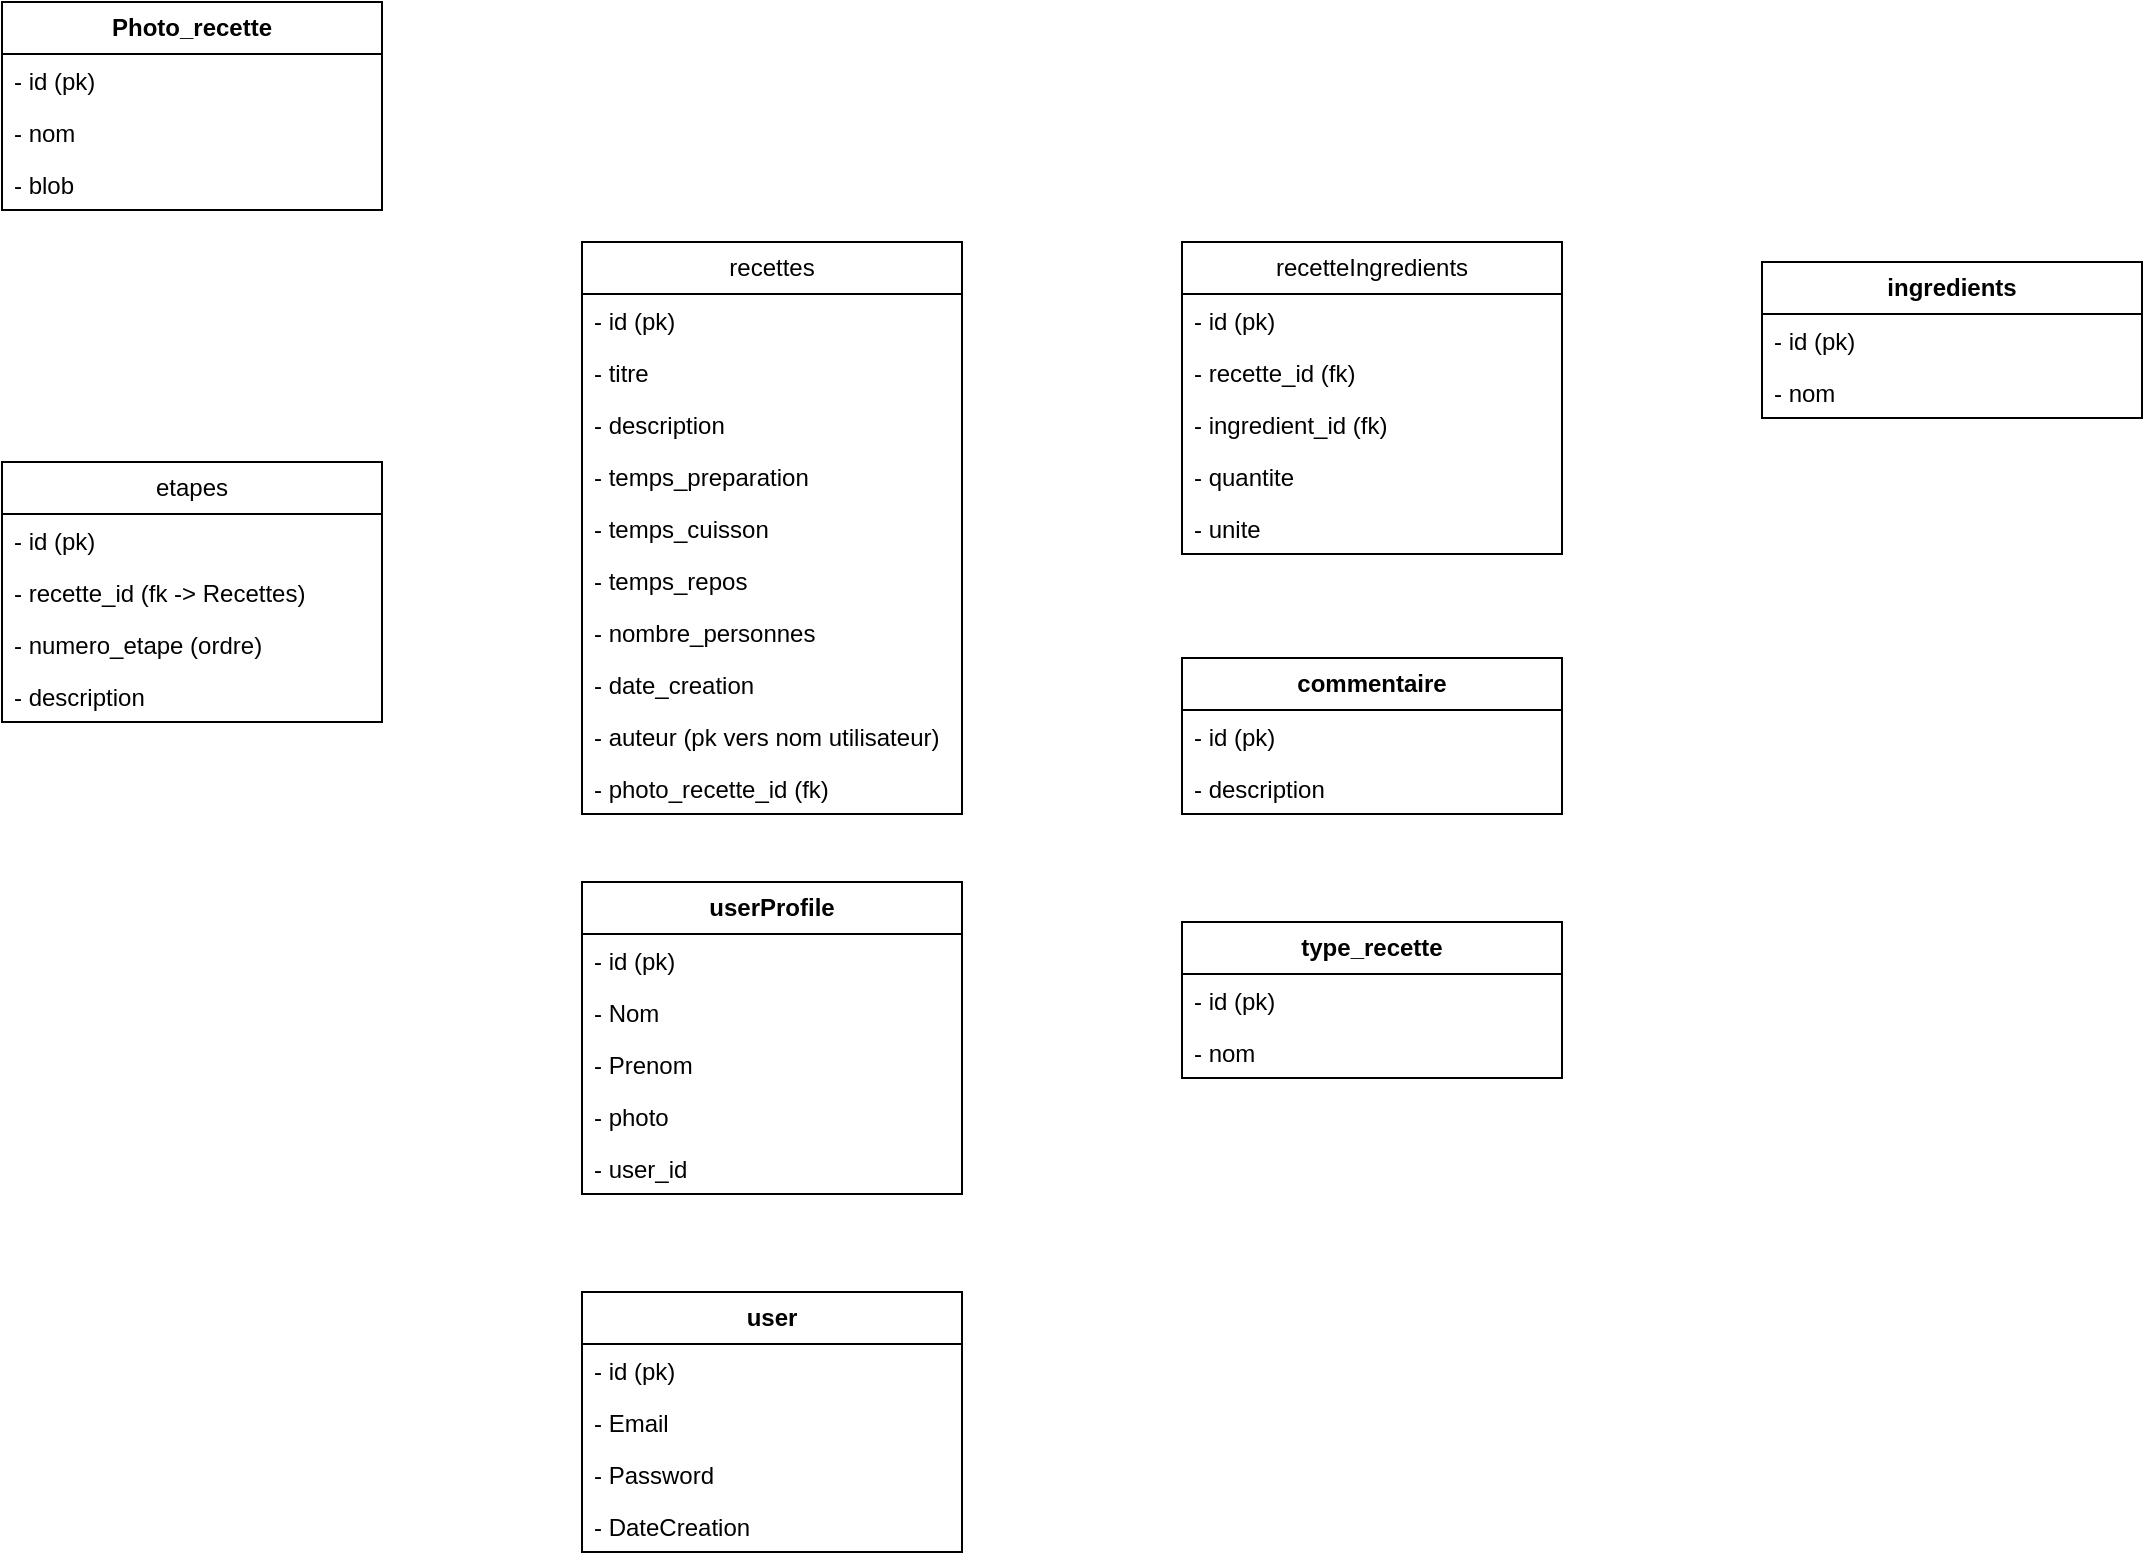
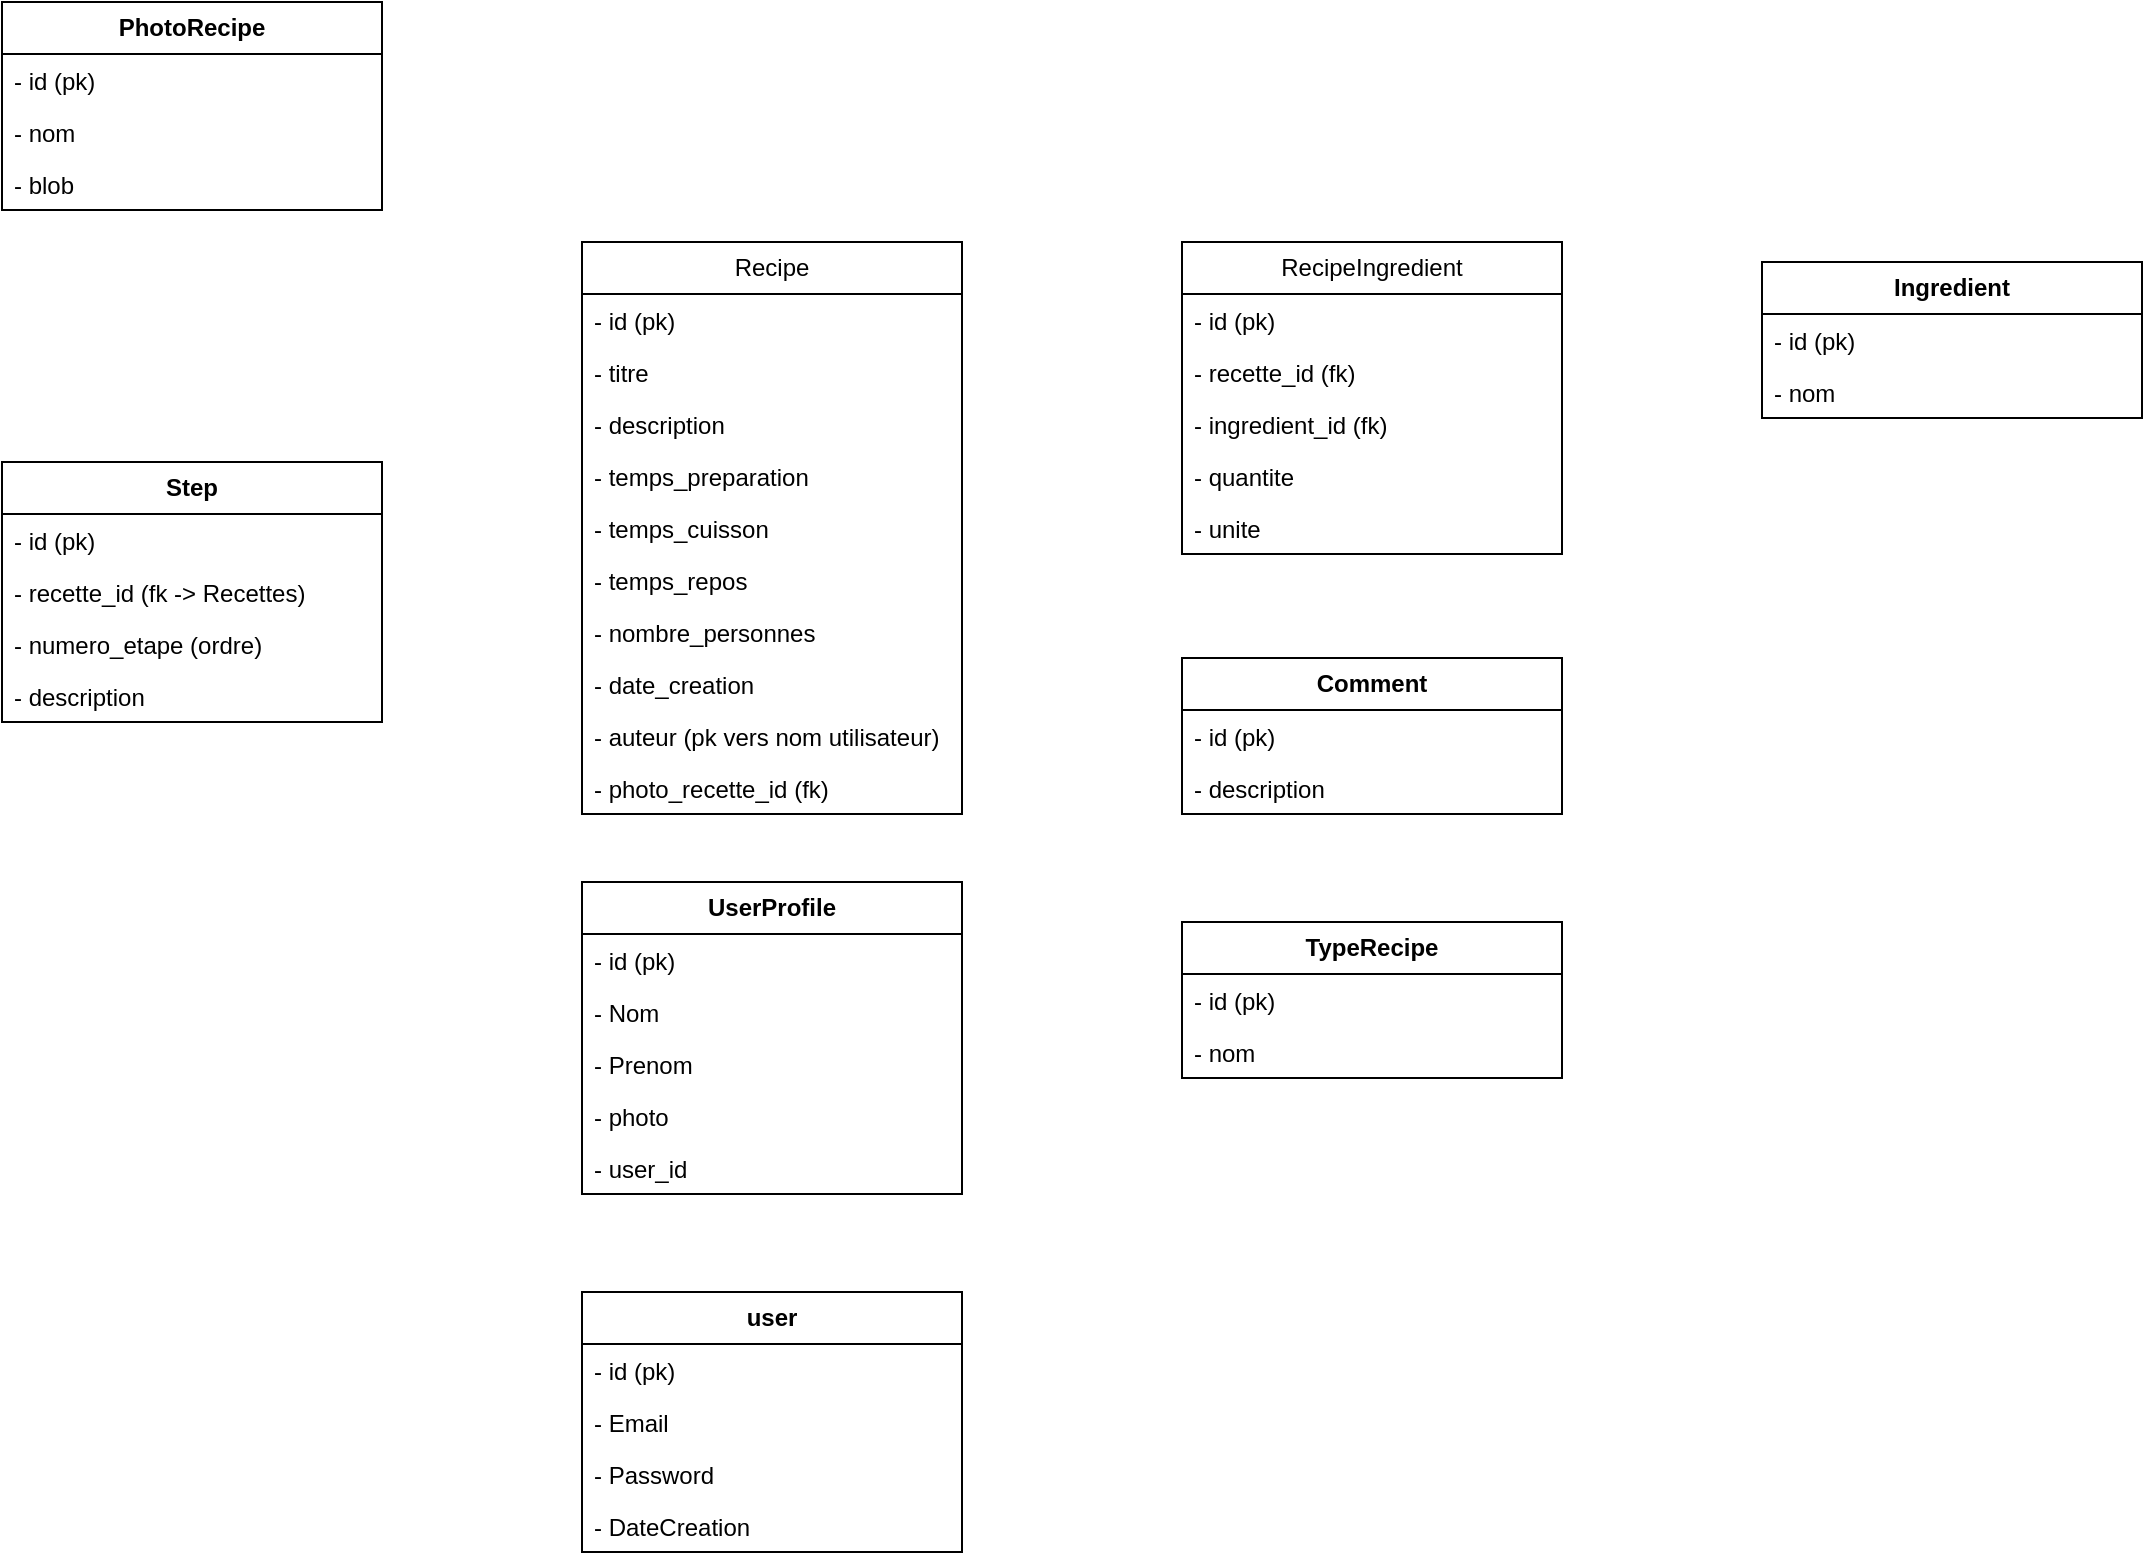
- <mxfile host="Electron" agent="Mozilla/5.0 (Windows NT 10.0; Win64; x64) AppleWebKit/537.36 (KHTML, like Gecko) draw.io/26.2.2 Chrome/134.0.6998.178 Electron/35.1.2 Safari/537.36" version="26.2.2">
+ <mxfile host="Electron" agent="Mozilla/5.0 (Windows NT 10.0; Win64; x64) AppleWebKit/537.36 (KHTML, like Gecko) draw.io/26.2.15 Chrome/134.0.6998.205 Electron/35.2.1 Safari/537.36" version="26.2.15">
  <diagram name="Page-1" id="tWf5woILo7PEq_eZmyyP">
-     <mxGraphModel dx="1862" dy="1792" grid="1" gridSize="10" guides="1" tooltips="1" connect="1" arrows="1" fold="1" page="1" pageScale="1" pageWidth="827" pageHeight="1169" math="0" shadow="0">
+     <mxGraphModel dx="2253" dy="2018" grid="1" gridSize="10" guides="1" tooltips="1" connect="1" arrows="1" fold="1" page="1" pageScale="1" pageWidth="827" pageHeight="1169" math="0" shadow="0">
      <root>
        <mxCell id="0" />
        <mxCell id="1" parent="0" />
-         <mxCell id="Wh7rgL2JKFr7bO0BWY44-1" value="recettes" style="swimlane;fontStyle=0;childLayout=stackLayout;horizontal=1;startSize=26;fillColor=none;horizontalStack=0;resizeParent=1;resizeParentMax=0;resizeLast=0;collapsible=1;marginBottom=0;whiteSpace=wrap;html=1;" parent="1" vertex="1">
-           <mxGeometry x="40" y="60" width="190" height="286" as="geometry" />
+         <mxCell id="Wh7rgL2JKFr7bO0BWY44-1" value="Recipe" style="swimlane;fontStyle=0;childLayout=stackLayout;horizontal=1;startSize=26;fillColor=none;horizontalStack=0;resizeParent=1;resizeParentMax=0;resizeLast=0;collapsible=1;marginBottom=0;whiteSpace=wrap;html=1;" parent="1" vertex="1">
+           <mxGeometry x="-240" y="-30" width="190" height="286" as="geometry" />
        </mxCell>
        <mxCell id="Wh7rgL2JKFr7bO0BWY44-2" value="- id (pk)" style="text;strokeColor=none;fillColor=none;align=left;verticalAlign=top;spacingLeft=4;spacingRight=4;overflow=hidden;rotatable=0;points=[[0,0.5],[1,0.5]];portConstraint=eastwest;whiteSpace=wrap;html=1;" parent="Wh7rgL2JKFr7bO0BWY44-1" vertex="1">
          <mxGeometry y="26" width="190" height="26" as="geometry" />
        </mxCell>
        <mxCell id="Wh7rgL2JKFr7bO0BWY44-3" value="- titre" style="text;strokeColor=none;fillColor=none;align=left;verticalAlign=top;spacingLeft=4;spacingRight=4;overflow=hidden;rotatable=0;points=[[0,0.5],[1,0.5]];portConstraint=eastwest;whiteSpace=wrap;html=1;" parent="Wh7rgL2JKFr7bO0BWY44-1" vertex="1">
          <mxGeometry y="52" width="190" height="26" as="geometry" />
        </mxCell>
        <mxCell id="Wh7rgL2JKFr7bO0BWY44-4" value="- description&lt;div&gt;&lt;br&gt;&lt;/div&gt;" style="text;strokeColor=none;fillColor=none;align=left;verticalAlign=top;spacingLeft=4;spacingRight=4;overflow=hidden;rotatable=0;points=[[0,0.5],[1,0.5]];portConstraint=eastwest;whiteSpace=wrap;html=1;" parent="Wh7rgL2JKFr7bO0BWY44-1" vertex="1">
          <mxGeometry y="78" width="190" height="26" as="geometry" />
        </mxCell>
        <mxCell id="Wh7rgL2JKFr7bO0BWY44-5" value="&lt;div&gt;- temps_preparation&lt;/div&gt;&lt;div&gt;&lt;br&gt;&lt;/div&gt;" style="text;strokeColor=none;fillColor=none;align=left;verticalAlign=top;spacingLeft=4;spacingRight=4;overflow=hidden;rotatable=0;points=[[0,0.5],[1,0.5]];portConstraint=eastwest;whiteSpace=wrap;html=1;" parent="Wh7rgL2JKFr7bO0BWY44-1" vertex="1">
          <mxGeometry y="104" width="190" height="26" as="geometry" />
        </mxCell>
        <mxCell id="Wh7rgL2JKFr7bO0BWY44-6" value="&lt;div&gt;- temps_cuisson&lt;/div&gt;" style="text;strokeColor=none;fillColor=none;align=left;verticalAlign=top;spacingLeft=4;spacingRight=4;overflow=hidden;rotatable=0;points=[[0,0.5],[1,0.5]];portConstraint=eastwest;whiteSpace=wrap;html=1;" parent="Wh7rgL2JKFr7bO0BWY44-1" vertex="1">
          <mxGeometry y="130" width="190" height="26" as="geometry" />
        </mxCell>
        <mxCell id="Wh7rgL2JKFr7bO0BWY44-7" value="&lt;div&gt;- temps_repos&lt;/div&gt;" style="text;strokeColor=none;fillColor=none;align=left;verticalAlign=top;spacingLeft=4;spacingRight=4;overflow=hidden;rotatable=0;points=[[0,0.5],[1,0.5]];portConstraint=eastwest;whiteSpace=wrap;html=1;" parent="Wh7rgL2JKFr7bO0BWY44-1" vertex="1">
          <mxGeometry y="156" width="190" height="26" as="geometry" />
        </mxCell>
        <mxCell id="Wh7rgL2JKFr7bO0BWY44-8" value="&lt;div&gt;- nombre_personnes&lt;/div&gt;" style="text;strokeColor=none;fillColor=none;align=left;verticalAlign=top;spacingLeft=4;spacingRight=4;overflow=hidden;rotatable=0;points=[[0,0.5],[1,0.5]];portConstraint=eastwest;whiteSpace=wrap;html=1;" parent="Wh7rgL2JKFr7bO0BWY44-1" vertex="1">
          <mxGeometry y="182" width="190" height="26" as="geometry" />
        </mxCell>
        <mxCell id="Wh7rgL2JKFr7bO0BWY44-9" value="&lt;div&gt;- date_creation&lt;/div&gt;" style="text;strokeColor=none;fillColor=none;align=left;verticalAlign=top;spacingLeft=4;spacingRight=4;overflow=hidden;rotatable=0;points=[[0,0.5],[1,0.5]];portConstraint=eastwest;whiteSpace=wrap;html=1;" parent="Wh7rgL2JKFr7bO0BWY44-1" vertex="1">
          <mxGeometry y="208" width="190" height="26" as="geometry" />
        </mxCell>
        <mxCell id="Wh7rgL2JKFr7bO0BWY44-10" value="&lt;div&gt;- auteur (pk vers nom utilisateur)&lt;/div&gt;" style="text;strokeColor=none;fillColor=none;align=left;verticalAlign=top;spacingLeft=4;spacingRight=4;overflow=hidden;rotatable=0;points=[[0,0.5],[1,0.5]];portConstraint=eastwest;whiteSpace=wrap;html=1;" parent="Wh7rgL2JKFr7bO0BWY44-1" vertex="1">
          <mxGeometry y="234" width="190" height="26" as="geometry" />
        </mxCell>
        <mxCell id="Wh7rgL2JKFr7bO0BWY44-11" value="&lt;div&gt;- photo_recette_id (fk)&lt;/div&gt;" style="text;strokeColor=none;fillColor=none;align=left;verticalAlign=top;spacingLeft=4;spacingRight=4;overflow=hidden;rotatable=0;points=[[0,0.5],[1,0.5]];portConstraint=eastwest;whiteSpace=wrap;html=1;" parent="Wh7rgL2JKFr7bO0BWY44-1" vertex="1">
          <mxGeometry y="260" width="190" height="26" as="geometry" />
        </mxCell>
-         <mxCell id="Wh7rgL2JKFr7bO0BWY44-12" value="ingredients" style="swimlane;fontStyle=1;childLayout=stackLayout;horizontal=1;startSize=26;fillColor=none;horizontalStack=0;resizeParent=1;resizeParentMax=0;resizeLast=0;collapsible=1;marginBottom=0;whiteSpace=wrap;html=1;" parent="1" vertex="1">
-           <mxGeometry x="630" y="70" width="190" height="78" as="geometry" />
+         <mxCell id="Wh7rgL2JKFr7bO0BWY44-12" value="Ingredient" style="swimlane;fontStyle=1;childLayout=stackLayout;horizontal=1;startSize=26;fillColor=none;horizontalStack=0;resizeParent=1;resizeParentMax=0;resizeLast=0;collapsible=1;marginBottom=0;whiteSpace=wrap;html=1;" parent="1" vertex="1">
+           <mxGeometry x="350" y="-20" width="190" height="78" as="geometry" />
        </mxCell>
        <mxCell id="Wh7rgL2JKFr7bO0BWY44-13" value="- id (pk)" style="text;strokeColor=none;fillColor=none;align=left;verticalAlign=top;spacingLeft=4;spacingRight=4;overflow=hidden;rotatable=0;points=[[0,0.5],[1,0.5]];portConstraint=eastwest;whiteSpace=wrap;html=1;" parent="Wh7rgL2JKFr7bO0BWY44-12" vertex="1">
          <mxGeometry y="26" width="190" height="26" as="geometry" />
        </mxCell>
        <mxCell id="Wh7rgL2JKFr7bO0BWY44-14" value="- nom" style="text;strokeColor=none;fillColor=none;align=left;verticalAlign=top;spacingLeft=4;spacingRight=4;overflow=hidden;rotatable=0;points=[[0,0.5],[1,0.5]];portConstraint=eastwest;whiteSpace=wrap;html=1;" parent="Wh7rgL2JKFr7bO0BWY44-12" vertex="1">
          <mxGeometry y="52" width="190" height="26" as="geometry" />
        </mxCell>
-         <mxCell id="Wh7rgL2JKFr7bO0BWY44-16" value="etapes" style="swimlane;fontStyle=0;childLayout=stackLayout;horizontal=1;startSize=26;fillColor=none;horizontalStack=0;resizeParent=1;resizeParentMax=0;resizeLast=0;collapsible=1;marginBottom=0;whiteSpace=wrap;html=1;" parent="1" vertex="1">
-           <mxGeometry x="-250" y="170" width="190" height="130" as="geometry" />
+         <mxCell id="Wh7rgL2JKFr7bO0BWY44-16" value="&lt;b&gt;Step&lt;/b&gt;" style="swimlane;fontStyle=0;childLayout=stackLayout;horizontal=1;startSize=26;fillColor=none;horizontalStack=0;resizeParent=1;resizeParentMax=0;resizeLast=0;collapsible=1;marginBottom=0;whiteSpace=wrap;html=1;" parent="1" vertex="1">
+           <mxGeometry x="-530" y="80" width="190" height="130" as="geometry" />
        </mxCell>
        <mxCell id="Wh7rgL2JKFr7bO0BWY44-17" value="- id (pk)" style="text;strokeColor=none;fillColor=none;align=left;verticalAlign=top;spacingLeft=4;spacingRight=4;overflow=hidden;rotatable=0;points=[[0,0.5],[1,0.5]];portConstraint=eastwest;whiteSpace=wrap;html=1;" parent="Wh7rgL2JKFr7bO0BWY44-16" vertex="1">
          <mxGeometry y="26" width="190" height="26" as="geometry" />
        </mxCell>
        <mxCell id="Wh7rgL2JKFr7bO0BWY44-18" value="- recette_id (fk -&amp;gt; Recettes)" style="text;strokeColor=none;fillColor=none;align=left;verticalAlign=top;spacingLeft=4;spacingRight=4;overflow=hidden;rotatable=0;points=[[0,0.5],[1,0.5]];portConstraint=eastwest;whiteSpace=wrap;html=1;" parent="Wh7rgL2JKFr7bO0BWY44-16" vertex="1">
          <mxGeometry y="52" width="190" height="26" as="geometry" />
        </mxCell>
        <mxCell id="Wh7rgL2JKFr7bO0BWY44-19" value="&lt;div&gt;- numero_etape (ordre)&lt;/div&gt;" style="text;strokeColor=none;fillColor=none;align=left;verticalAlign=top;spacingLeft=4;spacingRight=4;overflow=hidden;rotatable=0;points=[[0,0.5],[1,0.5]];portConstraint=eastwest;whiteSpace=wrap;html=1;" parent="Wh7rgL2JKFr7bO0BWY44-16" vertex="1">
          <mxGeometry y="78" width="190" height="26" as="geometry" />
        </mxCell>
        <mxCell id="Wh7rgL2JKFr7bO0BWY44-20" value="&lt;div&gt;- description&lt;/div&gt;" style="text;strokeColor=none;fillColor=none;align=left;verticalAlign=top;spacingLeft=4;spacingRight=4;overflow=hidden;rotatable=0;points=[[0,0.5],[1,0.5]];portConstraint=eastwest;whiteSpace=wrap;html=1;" parent="Wh7rgL2JKFr7bO0BWY44-16" vertex="1">
          <mxGeometry y="104" width="190" height="26" as="geometry" />
        </mxCell>
-         <mxCell id="Wh7rgL2JKFr7bO0BWY44-21" value="recetteIngredients" style="swimlane;fontStyle=0;childLayout=stackLayout;horizontal=1;startSize=26;fillColor=none;horizontalStack=0;resizeParent=1;resizeParentMax=0;resizeLast=0;collapsible=1;marginBottom=0;whiteSpace=wrap;html=1;" parent="1" vertex="1">
-           <mxGeometry x="340" y="60" width="190" height="156" as="geometry" />
+         <mxCell id="Wh7rgL2JKFr7bO0BWY44-21" value="RecipeIngredient" style="swimlane;fontStyle=0;childLayout=stackLayout;horizontal=1;startSize=26;fillColor=none;horizontalStack=0;resizeParent=1;resizeParentMax=0;resizeLast=0;collapsible=1;marginBottom=0;whiteSpace=wrap;html=1;" parent="1" vertex="1">
+           <mxGeometry x="60" y="-30" width="190" height="156" as="geometry" />
        </mxCell>
        <mxCell id="Wh7rgL2JKFr7bO0BWY44-22" value="- id (pk)" style="text;strokeColor=none;fillColor=none;align=left;verticalAlign=top;spacingLeft=4;spacingRight=4;overflow=hidden;rotatable=0;points=[[0,0.5],[1,0.5]];portConstraint=eastwest;whiteSpace=wrap;html=1;" parent="Wh7rgL2JKFr7bO0BWY44-21" vertex="1">
          <mxGeometry y="26" width="190" height="26" as="geometry" />
        </mxCell>
        <mxCell id="Wh7rgL2JKFr7bO0BWY44-23" value="- recette_id (fk)" style="text;strokeColor=none;fillColor=none;align=left;verticalAlign=top;spacingLeft=4;spacingRight=4;overflow=hidden;rotatable=0;points=[[0,0.5],[1,0.5]];portConstraint=eastwest;whiteSpace=wrap;html=1;" parent="Wh7rgL2JKFr7bO0BWY44-21" vertex="1">
          <mxGeometry y="52" width="190" height="26" as="geometry" />
        </mxCell>
        <mxCell id="Wh7rgL2JKFr7bO0BWY44-24" value="&lt;div&gt;- ingredient_id (fk)&lt;/div&gt;" style="text;strokeColor=none;fillColor=none;align=left;verticalAlign=top;spacingLeft=4;spacingRight=4;overflow=hidden;rotatable=0;points=[[0,0.5],[1,0.5]];portConstraint=eastwest;whiteSpace=wrap;html=1;" parent="Wh7rgL2JKFr7bO0BWY44-21" vertex="1">
          <mxGeometry y="78" width="190" height="26" as="geometry" />
        </mxCell>
        <mxCell id="Wh7rgL2JKFr7bO0BWY44-25" value="&lt;div&gt;- quantite&lt;/div&gt;" style="text;strokeColor=none;fillColor=none;align=left;verticalAlign=top;spacingLeft=4;spacingRight=4;overflow=hidden;rotatable=0;points=[[0,0.5],[1,0.5]];portConstraint=eastwest;whiteSpace=wrap;html=1;" parent="Wh7rgL2JKFr7bO0BWY44-21" vertex="1">
          <mxGeometry y="104" width="190" height="26" as="geometry" />
        </mxCell>
        <mxCell id="Wh7rgL2JKFr7bO0BWY44-47" value="&lt;div&gt;- unite&lt;/div&gt;" style="text;strokeColor=none;fillColor=none;align=left;verticalAlign=top;spacingLeft=4;spacingRight=4;overflow=hidden;rotatable=0;points=[[0,0.5],[1,0.5]];portConstraint=eastwest;whiteSpace=wrap;html=1;" parent="Wh7rgL2JKFr7bO0BWY44-21" vertex="1">
          <mxGeometry y="130" width="190" height="26" as="geometry" />
        </mxCell>
-         <mxCell id="Wh7rgL2JKFr7bO0BWY44-26" value="type_recette" style="swimlane;fontStyle=1;childLayout=stackLayout;horizontal=1;startSize=26;fillColor=none;horizontalStack=0;resizeParent=1;resizeParentMax=0;resizeLast=0;collapsible=1;marginBottom=0;whiteSpace=wrap;html=1;" parent="1" vertex="1">
-           <mxGeometry x="340" y="400" width="190" height="78" as="geometry" />
+         <mxCell id="Wh7rgL2JKFr7bO0BWY44-26" value="TypeRecipe" style="swimlane;fontStyle=1;childLayout=stackLayout;horizontal=1;startSize=26;fillColor=none;horizontalStack=0;resizeParent=1;resizeParentMax=0;resizeLast=0;collapsible=1;marginBottom=0;whiteSpace=wrap;html=1;" parent="1" vertex="1">
+           <mxGeometry x="60" y="310" width="190" height="78" as="geometry" />
        </mxCell>
        <mxCell id="Wh7rgL2JKFr7bO0BWY44-27" value="- id (pk)" style="text;strokeColor=none;fillColor=none;align=left;verticalAlign=top;spacingLeft=4;spacingRight=4;overflow=hidden;rotatable=0;points=[[0,0.5],[1,0.5]];portConstraint=eastwest;whiteSpace=wrap;html=1;" parent="Wh7rgL2JKFr7bO0BWY44-26" vertex="1">
          <mxGeometry y="26" width="190" height="26" as="geometry" />
        </mxCell>
        <mxCell id="Wh7rgL2JKFr7bO0BWY44-28" value="- nom" style="text;strokeColor=none;fillColor=none;align=left;verticalAlign=top;spacingLeft=4;spacingRight=4;overflow=hidden;rotatable=0;points=[[0,0.5],[1,0.5]];portConstraint=eastwest;whiteSpace=wrap;html=1;" parent="Wh7rgL2JKFr7bO0BWY44-26" vertex="1">
          <mxGeometry y="52" width="190" height="26" as="geometry" />
        </mxCell>
-         <mxCell id="Wh7rgL2JKFr7bO0BWY44-29" value="Photo_recette" style="swimlane;fontStyle=1;childLayout=stackLayout;horizontal=1;startSize=26;fillColor=none;horizontalStack=0;resizeParent=1;resizeParentMax=0;resizeLast=0;collapsible=1;marginBottom=0;whiteSpace=wrap;html=1;" parent="1" vertex="1">
-           <mxGeometry x="-250" y="-60" width="190" height="104" as="geometry" />
+         <mxCell id="Wh7rgL2JKFr7bO0BWY44-29" value="PhotoRecipe" style="swimlane;fontStyle=1;childLayout=stackLayout;horizontal=1;startSize=26;fillColor=none;horizontalStack=0;resizeParent=1;resizeParentMax=0;resizeLast=0;collapsible=1;marginBottom=0;whiteSpace=wrap;html=1;" parent="1" vertex="1">
+           <mxGeometry x="-530" y="-150" width="190" height="104" as="geometry" />
        </mxCell>
        <mxCell id="Wh7rgL2JKFr7bO0BWY44-30" value="- id (pk)" style="text;strokeColor=none;fillColor=none;align=left;verticalAlign=top;spacingLeft=4;spacingRight=4;overflow=hidden;rotatable=0;points=[[0,0.5],[1,0.5]];portConstraint=eastwest;whiteSpace=wrap;html=1;" parent="Wh7rgL2JKFr7bO0BWY44-29" vertex="1">
          <mxGeometry y="26" width="190" height="26" as="geometry" />
        </mxCell>
        <mxCell id="Wh7rgL2JKFr7bO0BWY44-31" value="- nom" style="text;strokeColor=none;fillColor=none;align=left;verticalAlign=top;spacingLeft=4;spacingRight=4;overflow=hidden;rotatable=0;points=[[0,0.5],[1,0.5]];portConstraint=eastwest;whiteSpace=wrap;html=1;" parent="Wh7rgL2JKFr7bO0BWY44-29" vertex="1">
          <mxGeometry y="52" width="190" height="26" as="geometry" />
        </mxCell>
        <mxCell id="Wh7rgL2JKFr7bO0BWY44-32" value="&lt;div&gt;- blob&lt;/div&gt;" style="text;strokeColor=none;fillColor=none;align=left;verticalAlign=top;spacingLeft=4;spacingRight=4;overflow=hidden;rotatable=0;points=[[0,0.5],[1,0.5]];portConstraint=eastwest;whiteSpace=wrap;html=1;" parent="Wh7rgL2JKFr7bO0BWY44-29" vertex="1">
          <mxGeometry y="78" width="190" height="26" as="geometry" />
        </mxCell>
-         <mxCell id="Wh7rgL2JKFr7bO0BWY44-33" value="commentaire" style="swimlane;fontStyle=1;childLayout=stackLayout;horizontal=1;startSize=26;fillColor=none;horizontalStack=0;resizeParent=1;resizeParentMax=0;resizeLast=0;collapsible=1;marginBottom=0;whiteSpace=wrap;html=1;" parent="1" vertex="1">
-           <mxGeometry x="340" y="268" width="190" height="78" as="geometry" />
+         <mxCell id="Wh7rgL2JKFr7bO0BWY44-33" value="Comment" style="swimlane;fontStyle=1;childLayout=stackLayout;horizontal=1;startSize=26;fillColor=none;horizontalStack=0;resizeParent=1;resizeParentMax=0;resizeLast=0;collapsible=1;marginBottom=0;whiteSpace=wrap;html=1;" parent="1" vertex="1">
+           <mxGeometry x="60" y="178" width="190" height="78" as="geometry" />
        </mxCell>
        <mxCell id="Wh7rgL2JKFr7bO0BWY44-34" value="- id (pk)" style="text;strokeColor=none;fillColor=none;align=left;verticalAlign=top;spacingLeft=4;spacingRight=4;overflow=hidden;rotatable=0;points=[[0,0.5],[1,0.5]];portConstraint=eastwest;whiteSpace=wrap;html=1;" parent="Wh7rgL2JKFr7bO0BWY44-33" vertex="1">
          <mxGeometry y="26" width="190" height="26" as="geometry" />
        </mxCell>
        <mxCell id="Wh7rgL2JKFr7bO0BWY44-35" value="- description" style="text;strokeColor=none;fillColor=none;align=left;verticalAlign=top;spacingLeft=4;spacingRight=4;overflow=hidden;rotatable=0;points=[[0,0.5],[1,0.5]];portConstraint=eastwest;whiteSpace=wrap;html=1;" parent="Wh7rgL2JKFr7bO0BWY44-33" vertex="1">
          <mxGeometry y="52" width="190" height="26" as="geometry" />
        </mxCell>
        <mxCell id="Wh7rgL2JKFr7bO0BWY44-36" value="user" style="swimlane;fontStyle=1;childLayout=stackLayout;horizontal=1;startSize=26;fillColor=none;horizontalStack=0;resizeParent=1;resizeParentMax=0;resizeLast=0;collapsible=1;marginBottom=0;whiteSpace=wrap;html=1;" parent="1" vertex="1">
-           <mxGeometry x="40" y="585" width="190" height="130" as="geometry" />
+           <mxGeometry x="-240" y="495" width="190" height="130" as="geometry" />
        </mxCell>
        <mxCell id="Wh7rgL2JKFr7bO0BWY44-37" value="- id (pk)" style="text;strokeColor=none;fillColor=none;align=left;verticalAlign=top;spacingLeft=4;spacingRight=4;overflow=hidden;rotatable=0;points=[[0,0.5],[1,0.5]];portConstraint=eastwest;whiteSpace=wrap;html=1;" parent="Wh7rgL2JKFr7bO0BWY44-36" vertex="1">
          <mxGeometry y="26" width="190" height="26" as="geometry" />
        </mxCell>
        <mxCell id="Wh7rgL2JKFr7bO0BWY44-38" value="- Email" style="text;strokeColor=none;fillColor=none;align=left;verticalAlign=top;spacingLeft=4;spacingRight=4;overflow=hidden;rotatable=0;points=[[0,0.5],[1,0.5]];portConstraint=eastwest;whiteSpace=wrap;html=1;" parent="Wh7rgL2JKFr7bO0BWY44-36" vertex="1">
          <mxGeometry y="52" width="190" height="26" as="geometry" />
        </mxCell>
        <mxCell id="Wh7rgL2JKFr7bO0BWY44-39" value="- Password" style="text;strokeColor=none;fillColor=none;align=left;verticalAlign=top;spacingLeft=4;spacingRight=4;overflow=hidden;rotatable=0;points=[[0,0.5],[1,0.5]];portConstraint=eastwest;whiteSpace=wrap;html=1;" parent="Wh7rgL2JKFr7bO0BWY44-36" vertex="1">
          <mxGeometry y="78" width="190" height="26" as="geometry" />
        </mxCell>
        <mxCell id="Wh7rgL2JKFr7bO0BWY44-40" value="- DateCreation" style="text;strokeColor=none;fillColor=none;align=left;verticalAlign=top;spacingLeft=4;spacingRight=4;overflow=hidden;rotatable=0;points=[[0,0.5],[1,0.5]];portConstraint=eastwest;whiteSpace=wrap;html=1;" parent="Wh7rgL2JKFr7bO0BWY44-36" vertex="1">
          <mxGeometry y="104" width="190" height="26" as="geometry" />
        </mxCell>
-         <mxCell id="Wh7rgL2JKFr7bO0BWY44-41" value="userProfile" style="swimlane;fontStyle=1;childLayout=stackLayout;horizontal=1;startSize=26;fillColor=none;horizontalStack=0;resizeParent=1;resizeParentMax=0;resizeLast=0;collapsible=1;marginBottom=0;whiteSpace=wrap;html=1;" parent="1" vertex="1">
-           <mxGeometry x="40" y="380" width="190" height="156" as="geometry" />
+         <mxCell id="Wh7rgL2JKFr7bO0BWY44-41" value="UserProfile" style="swimlane;fontStyle=1;childLayout=stackLayout;horizontal=1;startSize=26;fillColor=none;horizontalStack=0;resizeParent=1;resizeParentMax=0;resizeLast=0;collapsible=1;marginBottom=0;whiteSpace=wrap;html=1;" parent="1" vertex="1">
+           <mxGeometry x="-240" y="290" width="190" height="156" as="geometry" />
        </mxCell>
        <mxCell id="Wh7rgL2JKFr7bO0BWY44-42" value="- id (pk)" style="text;strokeColor=none;fillColor=none;align=left;verticalAlign=top;spacingLeft=4;spacingRight=4;overflow=hidden;rotatable=0;points=[[0,0.5],[1,0.5]];portConstraint=eastwest;whiteSpace=wrap;html=1;" parent="Wh7rgL2JKFr7bO0BWY44-41" vertex="1">
          <mxGeometry y="26" width="190" height="26" as="geometry" />
        </mxCell>
        <mxCell id="Wh7rgL2JKFr7bO0BWY44-43" value="- Nom" style="text;strokeColor=none;fillColor=none;align=left;verticalAlign=top;spacingLeft=4;spacingRight=4;overflow=hidden;rotatable=0;points=[[0,0.5],[1,0.5]];portConstraint=eastwest;whiteSpace=wrap;html=1;" parent="Wh7rgL2JKFr7bO0BWY44-41" vertex="1">
          <mxGeometry y="52" width="190" height="26" as="geometry" />
        </mxCell>
        <mxCell id="Wh7rgL2JKFr7bO0BWY44-44" value="- Prenom" style="text;strokeColor=none;fillColor=none;align=left;verticalAlign=top;spacingLeft=4;spacingRight=4;overflow=hidden;rotatable=0;points=[[0,0.5],[1,0.5]];portConstraint=eastwest;whiteSpace=wrap;html=1;" parent="Wh7rgL2JKFr7bO0BWY44-41" vertex="1">
          <mxGeometry y="78" width="190" height="26" as="geometry" />
        </mxCell>
        <mxCell id="Wh7rgL2JKFr7bO0BWY44-45" value="- photo" style="text;strokeColor=none;fillColor=none;align=left;verticalAlign=top;spacingLeft=4;spacingRight=4;overflow=hidden;rotatable=0;points=[[0,0.5],[1,0.5]];portConstraint=eastwest;whiteSpace=wrap;html=1;" parent="Wh7rgL2JKFr7bO0BWY44-41" vertex="1">
          <mxGeometry y="104" width="190" height="26" as="geometry" />
        </mxCell>
        <mxCell id="Wh7rgL2JKFr7bO0BWY44-46" value="- user_id" style="text;strokeColor=none;fillColor=none;align=left;verticalAlign=top;spacingLeft=4;spacingRight=4;overflow=hidden;rotatable=0;points=[[0,0.5],[1,0.5]];portConstraint=eastwest;whiteSpace=wrap;html=1;" parent="Wh7rgL2JKFr7bO0BWY44-41" vertex="1">
          <mxGeometry y="130" width="190" height="26" as="geometry" />
        </mxCell>
      </root>
    </mxGraphModel>
  </diagram>
</mxfile>
